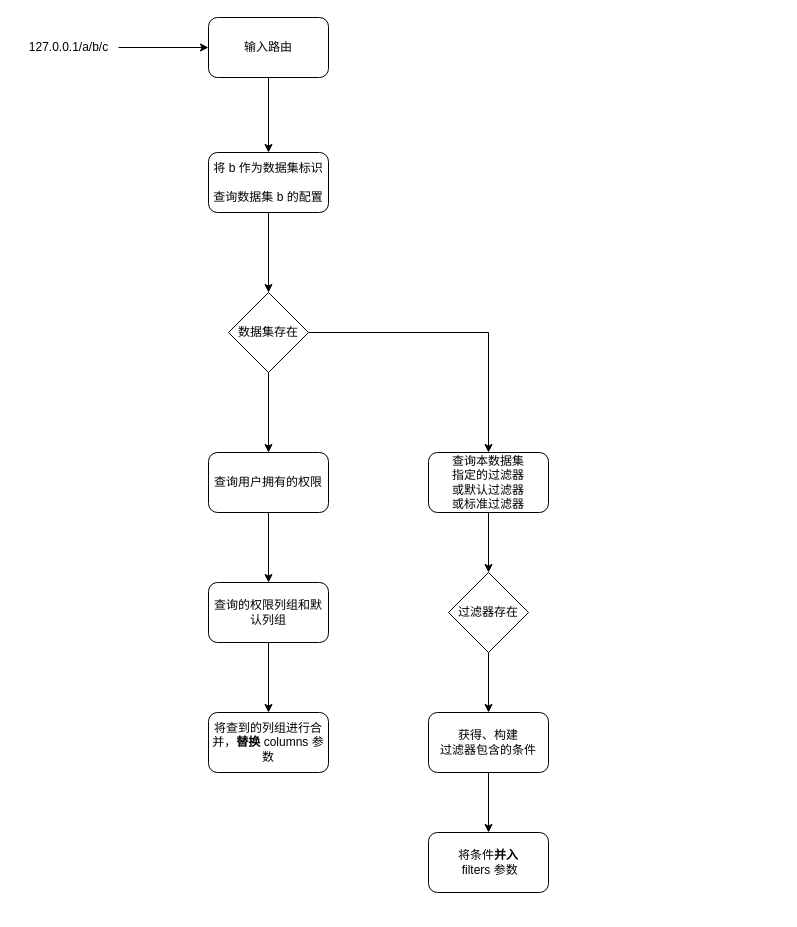
This is page "Request Analyze" (5 of 6) of 结构分析.drawio from uiosun/diagrams, a draw.io file, before an edit. Source tidied: cells renumbered, new cells numbered last; positions are measured from the earlier drawing's top-left corner, leaving out a move shared by most shapes. Both pictures are drawn from the tidied source at 100%, with x=0, y=0 at pixel (18, 17).
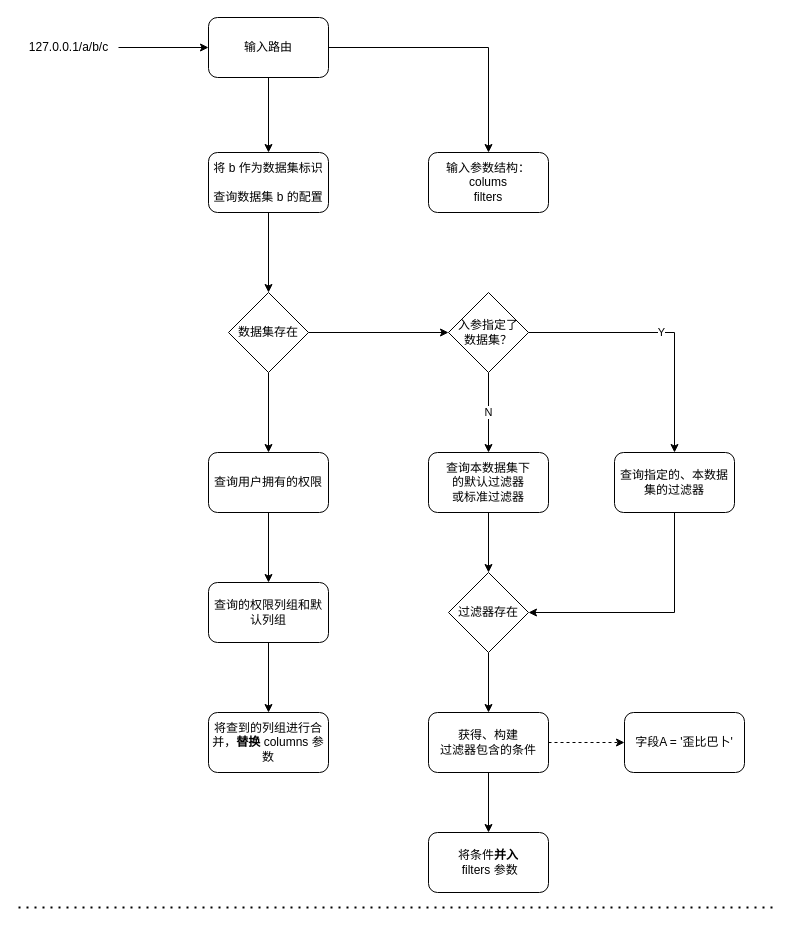
Above is the later version.

Commit message:
更新结构分析.drawio

The change refers to these unchanged cells:
```xml
<mxCell id="5" value="输入路由" style="rounded=1;whiteSpace=wrap;html=1;" parent="1" vertex="1">
  <mxGeometry x="190" width="120" height="60" as="geometry" />
</mxCell>
<mxCell id="10" value="数据集存在" style="rhombus;whiteSpace=wrap;html=1;" parent="1" vertex="1">
  <mxGeometry x="210" y="275" width="80" height="80" as="geometry" />
</mxCell>
<mxCell id="19" value="过滤器存在" style="rhombus;whiteSpace=wrap;html=1;" parent="1" vertex="1">
  <mxGeometry x="430" y="555" width="80" height="80" as="geometry" />
</mxCell>
<mxCell id="21" value="获得、构建&lt;br&gt;过滤器包含的条件" style="rounded=1;whiteSpace=wrap;html=1;" parent="1" vertex="1">
  <mxGeometry x="410" y="695" width="120" height="60" as="geometry" />
</mxCell>
```

Diff of the diagram source:
```diff
@@
+    <mxCell id="23" style="edgeStyle=orthogonalEdgeStyle;rounded=0;jettySize=auto;html=1;" parent="1" edge="1" source="5" target="26">
+      <mxGeometry relative="1" as="geometry" />
+    </mxCell>
@@
-    <mxCell id="9" style="edgeStyle=orthogonalEdgeStyle;rounded=0;jettySize=auto;html=1;" parent="1" edge="1" source="10" target="17">
+    <mxCell id="9" style="edgeStyle=orthogonalEdgeStyle;rounded=0;jettySize=auto;html=1;" parent="1" edge="1" source="10" target="29">
       <mxGeometry relative="1" as="geometry" />
     </mxCell>
@@
-    <mxCell id="17" value="查询本数据集&lt;br&gt;指定的过滤器&lt;br&gt;或默认过滤器&lt;br&gt;或标准过滤器" style="rounded=1;whiteSpace=wrap;html=1;" parent="1" vertex="1">
+    <mxCell id="17" value="查询本数据集下&lt;br&gt;的默认过滤器&lt;br&gt;或标准过滤器" style="rounded=1;whiteSpace=wrap;html=1;" parent="1" vertex="1">
       <mxGeometry x="410" y="435" width="120" height="60" as="geometry" />
     </mxCell>
@@
+    <mxCell id="24" style="edgeStyle=orthogonalEdgeStyle;rounded=0;jettySize=auto;html=1;dashed=1;" parent="1" edge="1" source="21" target="32">
+      <mxGeometry relative="1" as="geometry" />
+    </mxCell>
@@
+    <mxCell id="25" style="endArrow=none;dashed=1;html=1;dashPattern=1 3;strokeWidth=2;rounded=0;" parent="1" edge="1">
+      <mxGeometry relative="1" as="geometry">
+        <mxPoint y="890" as="sourcePoint" />
+        <mxPoint x="760" y="890" as="targetPoint" />
+      </mxGeometry>
+    </mxCell>
+    <mxCell id="26" value="输入参数结构：&lt;br&gt;colums&lt;br&gt;filters" style="rounded=1;whiteSpace=wrap;html=1;" parent="1" vertex="1">
+      <mxGeometry x="410" y="135" width="120" height="60" as="geometry" />
+    </mxCell>
+    <mxCell id="27" value="N" style="edgeStyle=orthogonalEdgeStyle;rounded=0;jettySize=auto;html=1;" parent="1" edge="1" source="29" target="17">
+      <mxGeometry relative="1" as="geometry" />
+    </mxCell>
+    <mxCell id="28" value="Y" style="edgeStyle=orthogonalEdgeStyle;rounded=0;jettySize=auto;html=1;" parent="1" edge="1" source="29" target="31">
+      <mxGeometry relative="1" as="geometry" />
+    </mxCell>
+    <mxCell id="29" value="入参指定了&lt;br&gt;数据集？" style="rhombus;whiteSpace=wrap;html=1;" parent="1" vertex="1">
+      <mxGeometry x="430" y="275" width="80" height="80" as="geometry" />
+    </mxCell>
+    <mxCell id="30" style="edgeStyle=orthogonalEdgeStyle;rounded=0;jettySize=auto;html=1;" parent="1" edge="1" source="31" target="19">
+      <mxGeometry relative="1" as="geometry">
+        <Array as="points">
+          <mxPoint x="656" y="595" />
+        </Array>
+      </mxGeometry>
+    </mxCell>
+    <mxCell id="31" value="查询指定的、本数据集的过滤器" style="rounded=1;whiteSpace=wrap;html=1;" parent="1" vertex="1">
+      <mxGeometry x="596" y="435" width="120" height="60" as="geometry" />
+    </mxCell>
+    <mxCell id="32" value="字段A = '歪比巴卜'" style="rounded=1;whiteSpace=wrap;html=1;" parent="1" vertex="1">
+      <mxGeometry x="606" y="695" width="120" height="60" as="geometry" />
+    </mxCell>
```
